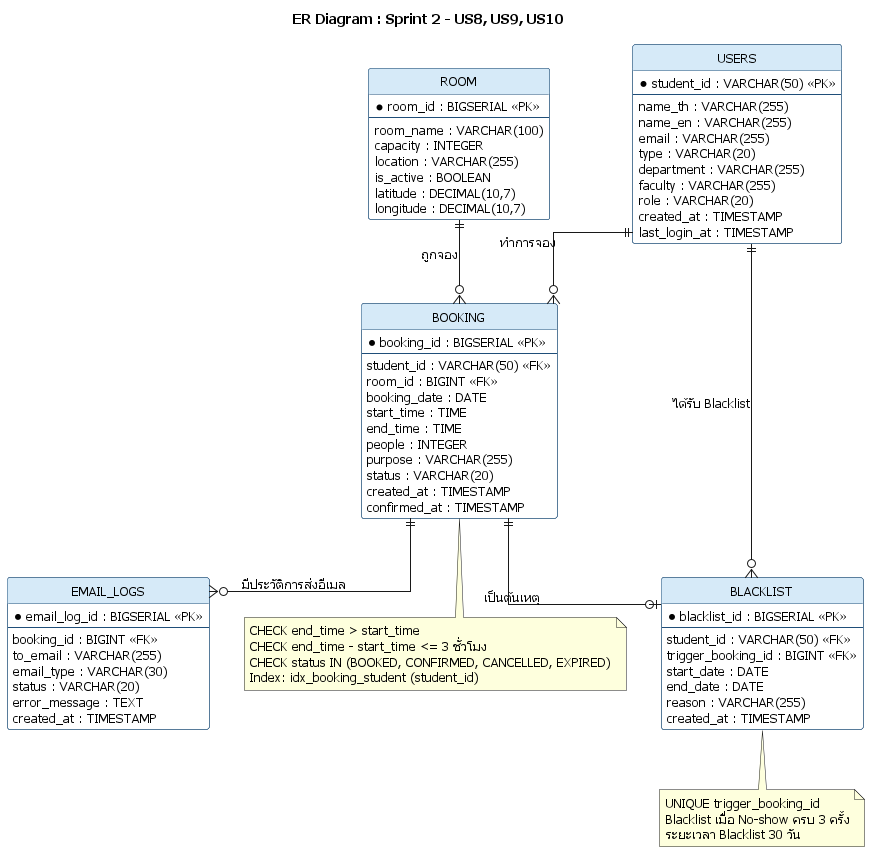
Before: docs/design/er.png, a diagram exported from PlantUML (niairi/cs261_650001_group8).
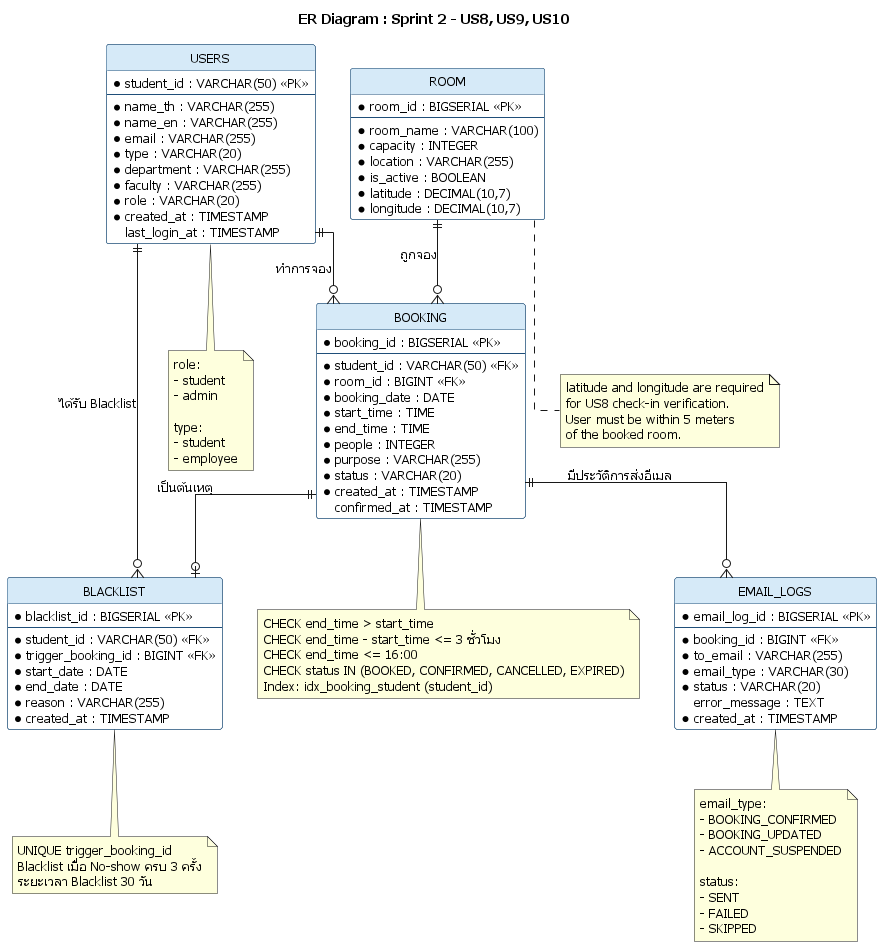
The same file after the commit.

Commit message:
feat: update database schema for US8-US10 with room location and blacklist

What changed in the source:
```diff
@@ -1,4 +1,5 @@
-@startuml
+@startuml er_sprint2
+
 skinparam defaultFontName Tahoma
 skinparam defaultFontSize 13
 hide circle
@@ -15,63 +16,63 @@
 entity "USERS" as users {
   * student_id : VARCHAR(50) <<PK>>
   --
-  name_th : VARCHAR(255)
-  name_en : VARCHAR(255)
-  email : VARCHAR(255)
-  type : VARCHAR(20)
-  department : VARCHAR(255)
-  faculty : VARCHAR(255)
-  role : VARCHAR(20)
-  created_at : TIMESTAMP
+  * name_th : VARCHAR(255)
+  * name_en : VARCHAR(255)
+  * email : VARCHAR(255)
+  * type : VARCHAR(20)
+  * department : VARCHAR(255)
+  * faculty : VARCHAR(255)
+  * role : VARCHAR(20)
+  * created_at : TIMESTAMP
   last_login_at : TIMESTAMP
 }
 
 entity "ROOM" as room {
   * room_id : BIGSERIAL <<PK>>
   --
-  room_name : VARCHAR(100)
-  capacity : INTEGER
-  location : VARCHAR(255)
-  is_active : BOOLEAN
-  latitude : DECIMAL(10,7)
-  longitude : DECIMAL(10,7)
+  * room_name : VARCHAR(100)
+  * capacity : INTEGER
+  * location : VARCHAR(255)
+  * is_active : BOOLEAN
+  * latitude : DECIMAL(10,7)
+  * longitude : DECIMAL(10,7)
 }
 
 entity "BOOKING" as booking {
   * booking_id : BIGSERIAL <<PK>>
   --
-  student_id : VARCHAR(50) <<FK>>
-  room_id : BIGINT <<FK>>
-  booking_date : DATE
-  start_time : TIME
-  end_time : TIME
-  people : INTEGER
-  purpose : VARCHAR(255)
-  status : VARCHAR(20)
-  created_at : TIMESTAMP
+  * student_id : VARCHAR(50) <<FK>>
+  * room_id : BIGINT <<FK>>
+  * booking_date : DATE
+  * start_time : TIME
+  * end_time : TIME
+  * people : INTEGER
+  * purpose : VARCHAR(255)
+  * status : VARCHAR(20)
+  * created_at : TIMESTAMP
   confirmed_at : TIMESTAMP
 }
 
 entity "EMAIL_LOGS" as email_logs {
   * email_log_id : BIGSERIAL <<PK>>
   --
-  booking_id : BIGINT <<FK>>
-  to_email : VARCHAR(255)
-  email_type : VARCHAR(30)
-  status : VARCHAR(20)
+  * booking_id : BIGINT <<FK>>
+  * to_email : VARCHAR(255)
+  * email_type : VARCHAR(30)
+  * status : VARCHAR(20)
   error_message : TEXT
-  created_at : TIMESTAMP
+  * created_at : TIMESTAMP
 }
 
 entity "BLACKLIST" as blacklist {
   * blacklist_id : BIGSERIAL <<PK>>
   --
-  student_id : VARCHAR(50) <<FK>>
-  trigger_booking_id : BIGINT <<FK>>
-  start_date : DATE
-  end_date : DATE
-  reason : VARCHAR(255)
-  created_at : TIMESTAMP
+  * student_id : VARCHAR(50) <<FK>>
+  * trigger_booking_id : BIGINT <<FK>>
+  * start_date : DATE
+  * end_date : DATE
+  * reason : VARCHAR(255)
+  * created_at : TIMESTAMP
 }
 
 users ||--o{ booking : "ทำการจอง"
@@ -81,11 +82,41 @@
 users ||--o{ blacklist : "ได้รับ Blacklist"
 booking ||--o| blacklist : "เป็นต้นเหตุ"
 
+note bottom of users
+  role:
+  - student
+  - admin
+
+  type:
+  - student
+  - employee
+end note
+
+note bottom of room
+  latitude and longitude are required
+  for US8 check-in verification.
+  User must be within 5 meters
+  of the booked room.
+end note
+
 note bottom of booking
   CHECK end_time > start_time
   CHECK end_time - start_time <= 3 ชั่วโมง
+  CHECK end_time <= 16:00
   CHECK status IN (BOOKED, CONFIRMED, CANCELLED, EXPIRED)
   Index: idx_booking_student (student_id)
+end note
+
+note bottom of email_logs
+  email_type:
+  - BOOKING_CONFIRMED
+  - BOOKING_UPDATED
+  - ACCOUNT_SUSPENDED
+
+  status:
+  - SENT
+  - FAILED
+  - SKIPPED
 end note
 
 note bottom of blacklist
```
